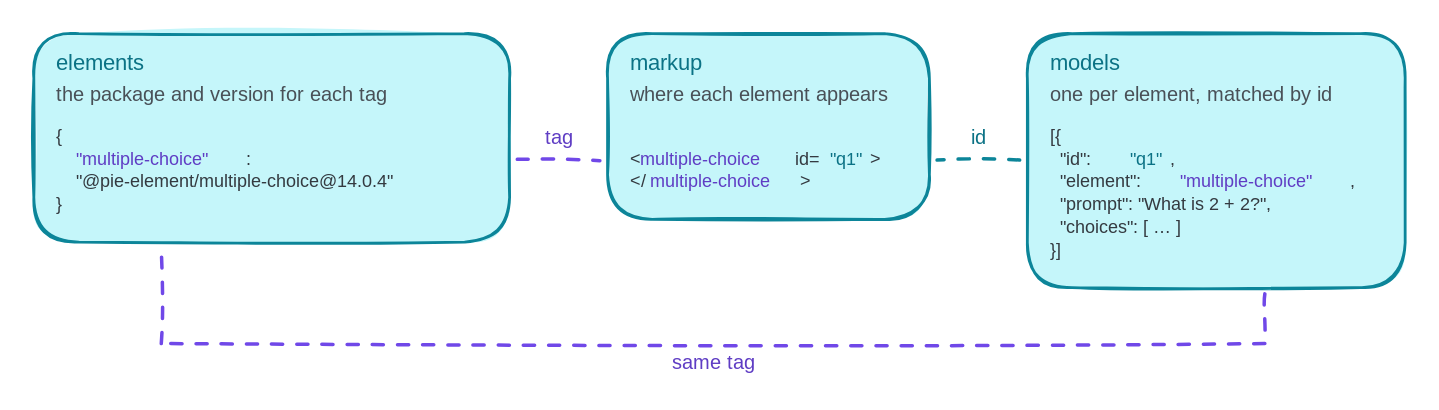
Earlier version of the Excalidraw export packages/pie-website-app/static/images/diagrams/content-item-config.excalidraw.svg (pie-framework/pie-website-ng). Source tidied: one line per element, renumbered; positions are measured from the earlier drawing's top-left corner, leaving out a move shared by most shapes.
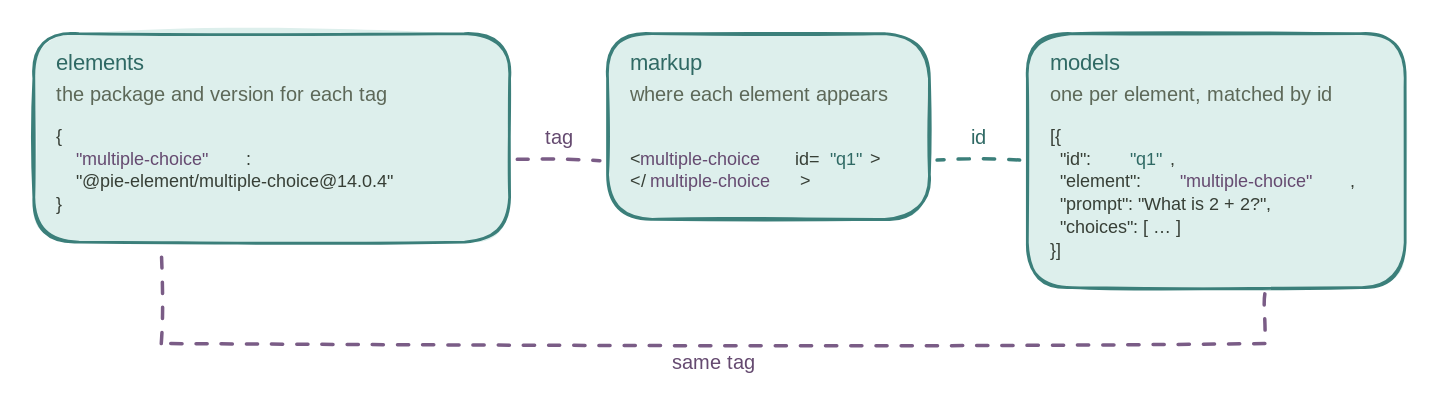
The same file after the commit.

What changed in the source:
```diff
@@ -1,38 +1,38 @@
-{"id": 0, "type": "rectangle", "strokeColor": "#0c8599", "backgroundColor": "#c5f6fa", "fillStyle": "solid", "strokeWidth": 2, "roughness": 1, "round": true, "x": 0, "y": 0, "width": 340, "height": 149}
+{"id": 0, "type": "rectangle", "strokeColor": "#3b7f7a", "backgroundColor": "#ddefec", "fillStyle": "solid", "strokeWidth": 2, "roughness": 1, "round": true, "x": 0, "y": 0, "width": 340, "height": 149}
-{"id": 1, "type": "rectangle", "strokeColor": "#0c8599", "backgroundColor": "#c5f6fa", "fillStyle": "solid", "strokeWidth": 2, "roughness": 1, "round": true, "x": 410, "y": 0, "width": 230, "height": 133}
+{"id": 1, "type": "rectangle", "strokeColor": "#3b7f7a", "backgroundColor": "#ddefec", "fillStyle": "solid", "strokeWidth": 2, "roughness": 1, "round": true, "x": 410, "y": 0, "width": 230, "height": 133}
-{"id": 2, "type": "rectangle", "strokeColor": "#0c8599", "backgroundColor": "#c5f6fa", "fillStyle": "solid", "strokeWidth": 2, "roughness": 1, "round": true, "x": 710, "y": 0, "width": 270, "height": 182}
+{"id": 2, "type": "rectangle", "strokeColor": "#3b7f7a", "backgroundColor": "#ddefec", "fillStyle": "solid", "strokeWidth": 2, "roughness": 1, "round": true, "x": 710, "y": 0, "width": 270, "height": 182}
-{"id": 3, "type": "text", "text": "elements", "strokeColor": "#0b7285", "strokeWidth": 2, "roughness": 1, "fontSize": 16, "fontFamily": 8, "x": 16, "y": 12, "width": 70, "height": 20}
+{"id": 3, "type": "text", "text": "elements", "strokeColor": "#2f6964", "strokeWidth": 2, "roughness": 1, "fontSize": 16, "fontFamily": 8, "x": 16, "y": 12, "width": 70, "height": 20}
-{"id": 4, "type": "text", "text": "the package and version for each tag", "strokeColor": "#495057", "strokeWidth": 2, "roughness": 1, "fontSize": 14, "fontFamily": 5, "x": 16, "y": 36, "width": 257, "height": 18}
+{"id": 4, "type": "text", "text": "the package and version for each tag", "strokeColor": "#5d6858", "strokeWidth": 2, "roughness": 1, "fontSize": 14, "fontFamily": 5, "x": 16, "y": 36, "width": 257, "height": 18}
-{"id": 5, "type": "text", "text": "{", "strokeColor": "#343a40", "strokeWidth": 2, "roughness": 1, "fontSize": 13, "fontFamily": 8, "x": 16, "y": 66, "width": 7, "height": 16}
+{"id": 5, "type": "text", "text": "{", "strokeColor": "#373f36", "strokeWidth": 2, "roughness": 1, "fontSize": 13, "fontFamily": 8, "x": 16, "y": 66, "width": 7, "height": 16}
-{"id": 6, "type": "text", "text": "\"multiple-choice\"", "strokeColor": "#5f3dc4", "strokeWidth": 2, "roughness": 1, "fontSize": 13, "fontFamily": 8, "x": 30, "y": 82, "width": 122, "height": 16}
+{"id": 6, "type": "text", "text": "\"multiple-choice\"", "strokeColor": "#654a70", "strokeWidth": 2, "roughness": 1, "fontSize": 13, "fontFamily": 8, "x": 30, "y": 82, "width": 122, "height": 16}
-{"id": 7, "type": "text", "text": ":", "strokeColor": "#343a40", "strokeWidth": 2, "roughness": 1, "fontSize": 13, "fontFamily": 8, "x": 152, "y": 82, "width": 7, "height": 16}
+{"id": 7, "type": "text", "text": ":", "strokeColor": "#373f36", "strokeWidth": 2, "roughness": 1, "fontSize": 13, "fontFamily": 8, "x": 152, "y": 82, "width": 7, "height": 16}
-{"id": 8, "type": "text", "text": "    \"@pie-element/multiple-choice@14.0.4\"", "strokeColor": "#343a40", "strokeWidth": 2, "roughness": 1, "fontSize": 13, "fontFamily": 8, "x": 16, "y": 98, "width": 293, "height": 16}
+{"id": 8, "type": "text", "text": "    \"@pie-element/multiple-choice@14.0.4\"", "strokeColor": "#373f36", "strokeWidth": 2, "roughness": 1, "fontSize": 13, "fontFamily": 8, "x": 16, "y": 98, "width": 293, "height": 16}
-{"id": 9, "type": "text", "text": "}", "strokeColor": "#343a40", "strokeWidth": 2, "roughness": 1, "fontSize": 13, "fontFamily": 8, "x": 16, "y": 115, "width": 7, "height": 16}
+{"id": 9, "type": "text", "text": "}", "strokeColor": "#373f36", "strokeWidth": 2, "roughness": 1, "fontSize": 13, "fontFamily": 8, "x": 16, "y": 115, "width": 7, "height": 16}
-{"id": 10, "type": "text", "text": "markup", "strokeColor": "#0b7285", "strokeWidth": 2, "roughness": 1, "fontSize": 16, "fontFamily": 8, "x": 426, "y": 12, "width": 53, "height": 20}
+{"id": 10, "type": "text", "text": "markup", "strokeColor": "#2f6964", "strokeWidth": 2, "roughness": 1, "fontSize": 16, "fontFamily": 8, "x": 426, "y": 12, "width": 53, "height": 20}
-{"id": 11, "type": "text", "text": "where each element appears", "strokeColor": "#495057", "strokeWidth": 2, "roughness": 1, "fontSize": 14, "fontFamily": 5, "x": 426, "y": 36, "width": 188, "height": 18}
+{"id": 11, "type": "text", "text": "where each element appears", "strokeColor": "#5d6858", "strokeWidth": 2, "roughness": 1, "fontSize": 14, "fontFamily": 5, "x": 426, "y": 36, "width": 188, "height": 18}
-{"id": 12, "type": "text", "text": "<", "strokeColor": "#343a40", "strokeWidth": 2, "roughness": 1, "fontSize": 13, "fontFamily": 8, "x": 426, "y": 82, "width": 7, "height": 16}
+{"id": 12, "type": "text", "text": "<", "strokeColor": "#373f36", "strokeWidth": 2, "roughness": 1, "fontSize": 13, "fontFamily": 8, "x": 426, "y": 82, "width": 7, "height": 16}
-{"id": 13, "type": "text", "text": "multiple-choice", "strokeColor": "#5f3dc4", "strokeWidth": 2, "roughness": 1, "fontSize": 13, "fontFamily": 8, "x": 433, "y": 82, "width": 107, "height": 16}
+{"id": 13, "type": "text", "text": "multiple-choice", "strokeColor": "#654a70", "strokeWidth": 2, "roughness": 1, "fontSize": 13, "fontFamily": 8, "x": 433, "y": 82, "width": 107, "height": 16}
-{"id": 14, "type": "text", "text": " id=", "strokeColor": "#343a40", "strokeWidth": 2, "roughness": 1, "fontSize": 13, "fontFamily": 8, "x": 540, "y": 82, "width": 29, "height": 16}
+{"id": 14, "type": "text", "text": " id=", "strokeColor": "#373f36", "strokeWidth": 2, "roughness": 1, "fontSize": 13, "fontFamily": 8, "x": 540, "y": 82, "width": 29, "height": 16}
-{"id": 15, "type": "text", "text": "\"q1\"", "strokeColor": "#0b7285", "strokeWidth": 2, "roughness": 1, "fontSize": 13, "fontFamily": 8, "x": 569, "y": 82, "width": 29, "height": 16}
+{"id": 15, "type": "text", "text": "\"q1\"", "strokeColor": "#2f6964", "strokeWidth": 2, "roughness": 1, "fontSize": 13, "fontFamily": 8, "x": 569, "y": 82, "width": 29, "height": 16}
-{"id": 16, "type": "text", "text": ">", "strokeColor": "#343a40", "strokeWidth": 2, "roughness": 1, "fontSize": 13, "fontFamily": 8, "x": 598, "y": 82, "width": 7, "height": 16}
+{"id": 16, "type": "text", "text": ">", "strokeColor": "#373f36", "strokeWidth": 2, "roughness": 1, "fontSize": 13, "fontFamily": 8, "x": 598, "y": 82, "width": 7, "height": 16}
-{"id": 17, "type": "text", "text": "</", "strokeColor": "#343a40", "strokeWidth": 2, "roughness": 1, "fontSize": 13, "fontFamily": 8, "x": 426, "y": 98, "width": 14, "height": 16}
+{"id": 17, "type": "text", "text": "</", "strokeColor": "#373f36", "strokeWidth": 2, "roughness": 1, "fontSize": 13, "fontFamily": 8, "x": 426, "y": 98, "width": 14, "height": 16}
-{"id": 18, "type": "text", "text": "multiple-choice", "strokeColor": "#5f3dc4", "strokeWidth": 2, "roughness": 1, "fontSize": 13, "fontFamily": 8, "x": 440, "y": 98, "width": 107, "height": 16}
+{"id": 18, "type": "text", "text": "multiple-choice", "strokeColor": "#654a70", "strokeWidth": 2, "roughness": 1, "fontSize": 13, "fontFamily": 8, "x": 440, "y": 98, "width": 107, "height": 16}
-{"id": 19, "type": "text", "text": ">", "strokeColor": "#343a40", "strokeWidth": 2, "roughness": 1, "fontSize": 13, "fontFamily": 8, "x": 548, "y": 98, "width": 7, "height": 16}
+{"id": 19, "type": "text", "text": ">", "strokeColor": "#373f36", "strokeWidth": 2, "roughness": 1, "fontSize": 13, "fontFamily": 8, "x": 548, "y": 98, "width": 7, "height": 16}
-{"id": 20, "type": "text", "text": "models", "strokeColor": "#0b7285", "strokeWidth": 2, "roughness": 1, "fontSize": 16, "fontFamily": 8, "x": 726, "y": 12, "width": 53, "height": 20}
+{"id": 20, "type": "text", "text": "models", "strokeColor": "#2f6964", "strokeWidth": 2, "roughness": 1, "fontSize": 16, "fontFamily": 8, "x": 726, "y": 12, "width": 53, "height": 20}
-{"id": 21, "type": "text", "text": "one per element, matched by id", "strokeColor": "#495057", "strokeWidth": 2, "roughness": 1, "fontSize": 14, "fontFamily": 5, "x": 726, "y": 36, "width": 209, "height": 18}
+{"id": 21, "type": "text", "text": "one per element, matched by id", "strokeColor": "#5d6858", "strokeWidth": 2, "roughness": 1, "fontSize": 14, "fontFamily": 5, "x": 726, "y": 36, "width": 209, "height": 18}
-{"id": 22, "type": "text", "text": "[{", "strokeColor": "#343a40", "strokeWidth": 2, "roughness": 1, "fontSize": 13, "fontFamily": 8, "x": 726, "y": 66, "width": 14, "height": 16}
+{"id": 22, "type": "text", "text": "[{", "strokeColor": "#373f36", "strokeWidth": 2, "roughness": 1, "fontSize": 13, "fontFamily": 8, "x": 726, "y": 66, "width": 14, "height": 16}
-{"id": 23, "type": "text", "text": "  \"id\": ", "strokeColor": "#343a40", "strokeWidth": 2, "roughness": 1, "fontSize": 13, "fontFamily": 8, "x": 726, "y": 82, "width": 57, "height": 16}
+{"id": 23, "type": "text", "text": "  \"id\": ", "strokeColor": "#373f36", "strokeWidth": 2, "roughness": 1, "fontSize": 13, "fontFamily": 8, "x": 726, "y": 82, "width": 57, "height": 16}
-{"id": 24, "type": "text", "text": "\"q1\"", "strokeColor": "#0b7285", "strokeWidth": 2, "roughness": 1, "fontSize": 13, "fontFamily": 8, "x": 783, "y": 82, "width": 29, "height": 16}
+{"id": 24, "type": "text", "text": "\"q1\"", "strokeColor": "#2f6964", "strokeWidth": 2, "roughness": 1, "fontSize": 13, "fontFamily": 8, "x": 783, "y": 82, "width": 29, "height": 16}
-{"id": 25, "type": "text", "text": ",", "strokeColor": "#343a40", "strokeWidth": 2, "roughness": 1, "fontSize": 13, "fontFamily": 8, "x": 812, "y": 82, "width": 7, "height": 16}
+{"id": 25, "type": "text", "text": ",", "strokeColor": "#373f36", "strokeWidth": 2, "roughness": 1, "fontSize": 13, "fontFamily": 8, "x": 812, "y": 82, "width": 7, "height": 16}
-{"id": 26, "type": "text", "text": "  \"element\": ", "strokeColor": "#343a40", "strokeWidth": 2, "roughness": 1, "fontSize": 13, "fontFamily": 8, "x": 726, "y": 98, "width": 93, "height": 16}
+{"id": 26, "type": "text", "text": "  \"element\": ", "strokeColor": "#373f36", "strokeWidth": 2, "roughness": 1, "fontSize": 13, "fontFamily": 8, "x": 726, "y": 98, "width": 93, "height": 16}
-{"id": 27, "type": "text", "text": "\"multiple-choice\"", "strokeColor": "#5f3dc4", "strokeWidth": 2, "roughness": 1, "fontSize": 13, "fontFamily": 8, "x": 819, "y": 98, "width": 122, "height": 16}
+{"id": 27, "type": "text", "text": "\"multiple-choice\"", "strokeColor": "#654a70", "strokeWidth": 2, "roughness": 1, "fontSize": 13, "fontFamily": 8, "x": 819, "y": 98, "width": 122, "height": 16}
-{"id": 28, "type": "text", "text": ",", "strokeColor": "#343a40", "strokeWidth": 2, "roughness": 1, "fontSize": 13, "fontFamily": 8, "x": 940, "y": 98, "width": 7, "height": 16}
+{"id": 28, "type": "text", "text": ",", "strokeColor": "#373f36", "strokeWidth": 2, "roughness": 1, "fontSize": 13, "fontFamily": 8, "x": 940, "y": 98, "width": 7, "height": 16}
-{"id": 29, "type": "text", "text": "  \"prompt\": \"What is 2 + 2?\",", "strokeColor": "#343a40", "strokeWidth": 2, "roughness": 1, "fontSize": 13, "fontFamily": 8, "x": 726, "y": 115, "width": 207, "height": 16}
+{"id": 29, "type": "text", "text": "  \"prompt\": \"What is 2 + 2?\",", "strokeColor": "#373f36", "strokeWidth": 2, "roughness": 1, "fontSize": 13, "fontFamily": 8, "x": 726, "y": 115, "width": 207, "height": 16}
-{"id": 30, "type": "text", "text": "  \"choices\": [ … ]", "strokeColor": "#343a40", "strokeWidth": 2, "roughness": 1, "fontSize": 13, "fontFamily": 8, "x": 726, "y": 131, "width": 129, "height": 16}
+{"id": 30, "type": "text", "text": "  \"choices\": [ … ]", "strokeColor": "#373f36", "strokeWidth": 2, "roughness": 1, "fontSize": 13, "fontFamily": 8, "x": 726, "y": 131, "width": 129, "height": 16}
-{"id": 31, "type": "text", "text": "}]", "strokeColor": "#343a40", "strokeWidth": 2, "roughness": 1, "fontSize": 13, "fontFamily": 8, "x": 726, "y": 147, "width": 14, "height": 16}
+{"id": 31, "type": "text", "text": "}]", "strokeColor": "#373f36", "strokeWidth": 2, "roughness": 1, "fontSize": 13, "fontFamily": 8, "x": 726, "y": 147, "width": 14, "height": 16}
-{"id": 32, "type": "arrow", "strokeColor": "#7048e8", "strokeWidth": 2, "strokeStyle": "dashed", "roughness": 1, "from": 0, "to": 1, "x": 346, "y": 90, "width": 59, "height": 1, "points": [[0, 0], [59, 1]]}
+{"id": 32, "type": "arrow", "strokeColor": "#7a5c86", "strokeWidth": 2, "strokeStyle": "dashed", "roughness": 1, "from": 0, "to": 1, "x": 346, "y": 90, "width": 59, "height": 1, "points": [[0, 0], [59, 1]]}
-{"id": 33, "type": "text", "text": "tag", "strokeColor": "#5f3dc4", "strokeWidth": 2, "roughness": 1, "fontSize": 14, "fontFamily": 5, "textAlign": "center", "x": 363, "y": 67, "width": 24, "height": 18}
+{"id": 33, "type": "text", "text": "tag", "strokeColor": "#654a70", "strokeWidth": 2, "roughness": 1, "fontSize": 14, "fontFamily": 5, "textAlign": "center", "x": 363, "y": 67, "width": 24, "height": 18}
-{"id": 34, "type": "arrow", "strokeColor": "#0c8599", "strokeWidth": 2, "strokeStyle": "dashed", "roughness": 1, "from": 2, "to": 1, "x": 704, "y": 90, "width": 59, "height": 0, "points": [[0, 0], [-59, 0]]}
+{"id": 34, "type": "arrow", "strokeColor": "#3b7f7a", "strokeWidth": 2, "strokeStyle": "dashed", "roughness": 1, "from": 2, "to": 1, "x": 704, "y": 90, "width": 59, "height": 0, "points": [[0, 0], [-59, 0]]}
-{"id": 35, "type": "text", "text": "id", "strokeColor": "#0b7285", "strokeWidth": 2, "roughness": 1, "fontSize": 14, "fontFamily": 5, "textAlign": "center", "x": 669, "y": 67, "width": 12, "height": 18}
+{"id": 35, "type": "text", "text": "id", "strokeColor": "#2f6964", "strokeWidth": 2, "roughness": 1, "fontSize": 14, "fontFamily": 5, "textAlign": "center", "x": 669, "y": 67, "width": 12, "height": 18}
-{"id": 36, "type": "arrow", "strokeColor": "#7048e8", "strokeWidth": 2, "strokeStyle": "dashed", "roughness": 1, "from": 2, "to": 0, "x": 880, "y": 186, "width": 789, "height": 67, "points": [[0, 0], [0, 36], [-789, 36], [-789, -32]]}
+{"id": 36, "type": "arrow", "strokeColor": "#7a5c86", "strokeWidth": 2, "strokeStyle": "dashed", "roughness": 1, "from": 2, "to": 0, "x": 880, "y": 186, "width": 789, "height": 67, "points": [[0, 0], [0, 36], [-789, 36], [-789, -32]]}
-{"id": 37, "type": "text", "text": "same tag", "strokeColor": "#5f3dc4", "strokeWidth": 2, "roughness": 1, "fontSize": 14, "fontFamily": 5, "textAlign": "center", "x": 455, "y": 228, "width": 62, "height": 18}
+{"id": 37, "type": "text", "text": "same tag", "strokeColor": "#654a70", "strokeWidth": 2, "roughness": 1, "fontSize": 14, "fontFamily": 5, "textAlign": "center", "x": 455, "y": 228, "width": 62, "height": 18}
```
